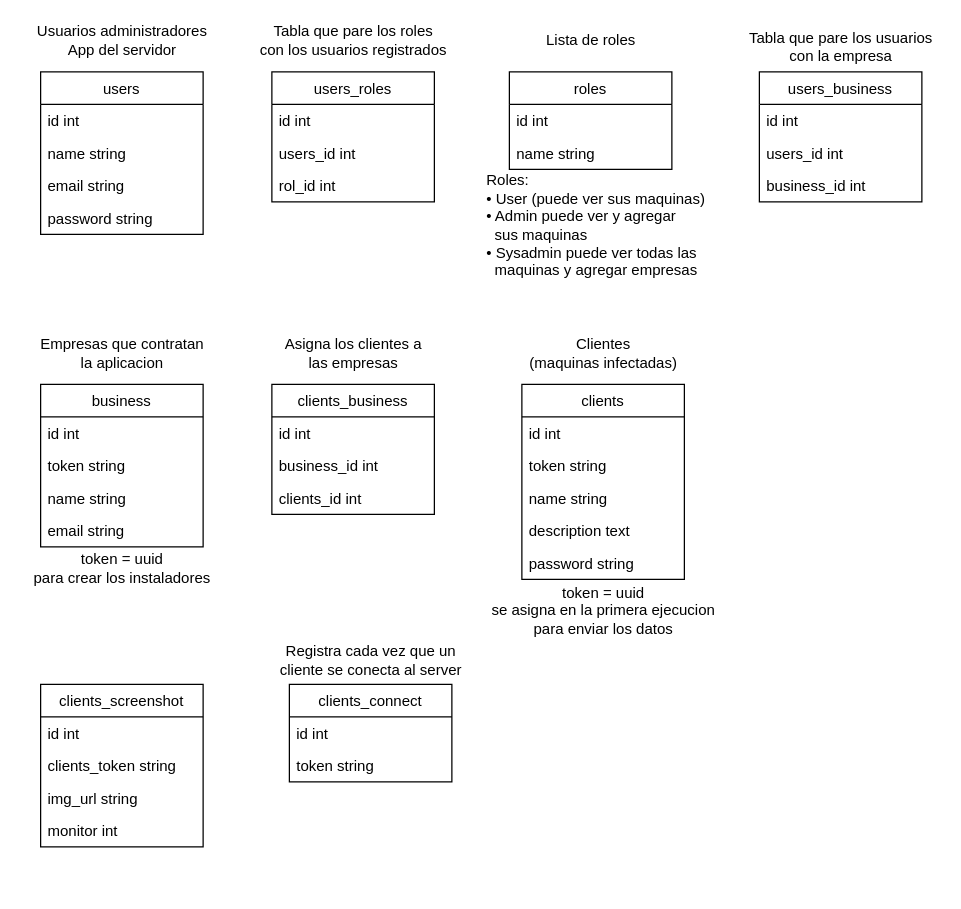
Before: control app DB driagram.drawio in TaielMartinez/Control_App-v2, a draw.io diagram. Source tidied: cells renumbered, new cells numbered last; positions are measured from the earlier drawing's top-left corner, leaving out a move shared by most shapes. Both pictures are drawn from the tidied source at 125%, with x=0, y=0 at pixel (21, 21).
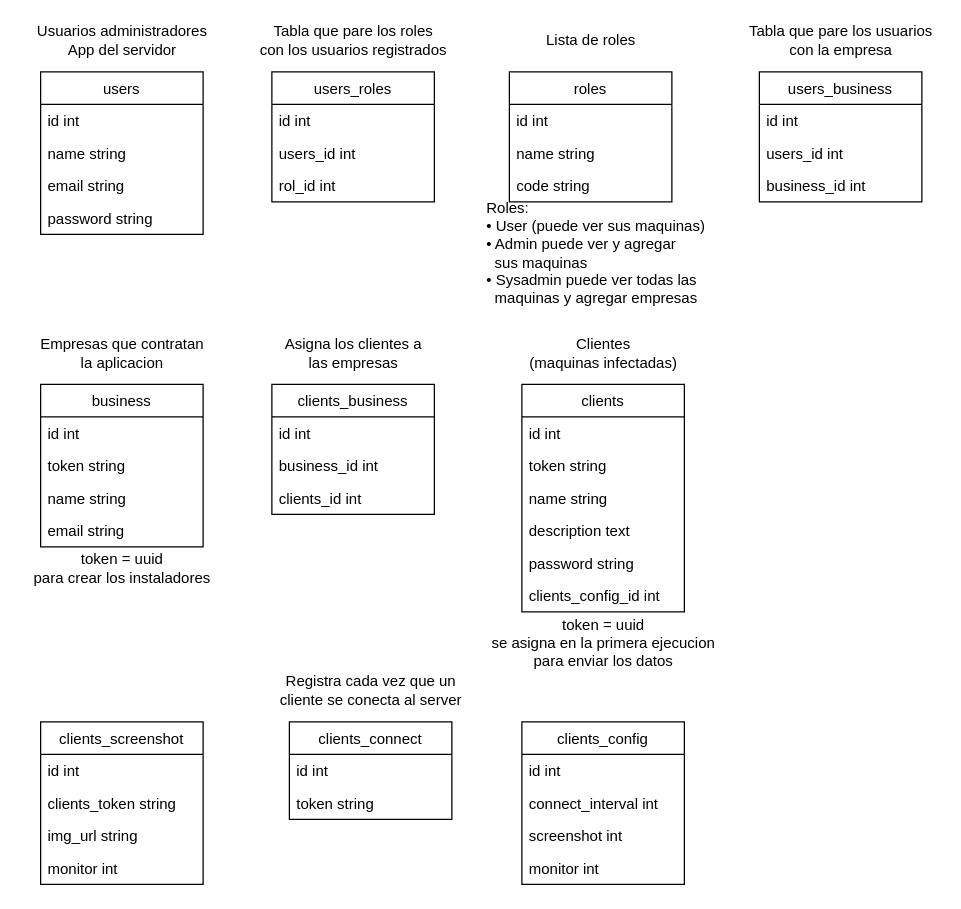
The same page after the edit.

Change to the diagram source:
```diff
@@
     <mxCell id="12" value="roles" style="swimlane;fontStyle=0;horizontal=1;startSize=26;fillColor=none;" parent="1" vertex="1">
-      <mxGeometry x="390" y="40" width="130" height="78" as="geometry" />
+      <mxGeometry x="390" y="40" width="130" height="104" as="geometry" />
     </mxCell>
@@
+    <mxCell id="52" value="code string" style="text;strokeColor=none;fillColor=none;align=left;verticalAlign=top;spacingLeft=4;spacingRight=4;overflow=hidden;" parent="12" vertex="1">
+      <mxGeometry y="78" width="130" height="26" as="geometry" />
+    </mxCell>
@@
     <mxCell id="17" value="Roles:&lt;br&gt;• User (puede ver sus maquinas)&lt;br&gt;• Admin puede ver y agregar&lt;br&gt;&amp;nbsp; sus maquinas&lt;br&gt;• Sysadmin puede ver todas las&lt;br&gt;&amp;nbsp; maquinas y agregar empresas" style="text;html=1;align=left;verticalAlign=middle;" parent="1" vertex="1">
-      <mxGeometry x="370" y="118" width="190" height="90" as="geometry" />
+      <mxGeometry x="370" y="140" width="190" height="90" as="geometry" />
     </mxCell>
@@
     <mxCell id="27" value="clients" style="swimlane;fontStyle=0;horizontal=1;startSize=26;fillColor=none;" parent="1" vertex="1">
-      <mxGeometry x="400" y="290" width="130" height="156" as="geometry" />
+      <mxGeometry x="400" y="290" width="130" height="182" as="geometry" />
     </mxCell>
@@
+    <mxCell id="53" value="clients_config_id int" style="text;strokeColor=none;fillColor=none;align=left;verticalAlign=top;spacingLeft=4;spacingRight=4;overflow=hidden;" parent="27" vertex="1">
+      <mxGeometry y="156" width="130" height="26" as="geometry" />
+    </mxCell>
@@
     <mxCell id="37" value="clients_screenshot" style="swimlane;fontStyle=0;horizontal=1;startSize=26;fillColor=none;" parent="1" vertex="1">
-      <mxGeometry x="15" y="530" width="130" height="130" as="geometry" />
+      <mxGeometry x="15" y="560" width="130" height="130" as="geometry" />
     </mxCell>
@@
     <mxCell id="42" value="token = uuid&lt;br&gt;se asigna en la primera ejecucion&lt;br&gt;para enviar los datos" style="text;html=1;align=center;verticalAlign=middle;" parent="1" vertex="1">
-      <mxGeometry x="370" y="446" width="190" height="50" as="geometry" />
+      <mxGeometry x="370" y="472" width="190" height="50" as="geometry" />
     </mxCell>
@@
     <mxCell id="47" value="Tabla que pare los usuarios&lt;br&gt;con la empresa" style="text;html=1;align=center;verticalAlign=middle;" parent="1" vertex="1">
-      <mxGeometry x="575" y="5" width="160" height="30" as="geometry" />
+      <mxGeometry x="575" width="160" height="30" as="geometry" />
     </mxCell>
     <mxCell id="48" value="clients_connect" style="swimlane;fontStyle=0;horizontal=1;startSize=26;fillColor=none;" parent="1" vertex="1">
-      <mxGeometry x="214" y="530" width="130" height="78" as="geometry" />
+      <mxGeometry x="214" y="560" width="130" height="78" as="geometry" />
     </mxCell>
@@
     <mxCell id="51" value="Registra cada vez que un&lt;br&gt;cliente se conecta al server" style="text;html=1;align=center;verticalAlign=middle;" parent="1" vertex="1">
-      <mxGeometry x="199" y="496" width="160" height="30" as="geometry" />
+      <mxGeometry x="199" y="520" width="160" height="30" as="geometry" />
     </mxCell>
+    <mxCell id="54" value="clients_config" style="swimlane;fontStyle=0;horizontal=1;startSize=26;fillColor=none;" parent="1" vertex="1">
+      <mxGeometry x="400" y="560" width="130" height="130" as="geometry" />
+    </mxCell>
+    <mxCell id="55" value="id int" style="text;strokeColor=none;fillColor=none;align=left;verticalAlign=top;spacingLeft=4;spacingRight=4;overflow=hidden;" parent="54" vertex="1">
+      <mxGeometry y="26" width="130" height="26" as="geometry" />
+    </mxCell>
+    <mxCell id="56" value="connect_interval int" style="text;strokeColor=none;fillColor=none;align=left;verticalAlign=top;spacingLeft=4;spacingRight=4;overflow=hidden;" parent="54" vertex="1">
+      <mxGeometry y="52" width="130" height="26" as="geometry" />
+    </mxCell>
+    <mxCell id="57" value="screenshot int" style="text;strokeColor=none;fillColor=none;align=left;verticalAlign=top;spacingLeft=4;spacingRight=4;overflow=hidden;" parent="54" vertex="1">
+      <mxGeometry y="78" width="130" height="26" as="geometry" />
+    </mxCell>
+    <mxCell id="58" value="monitor int" style="text;strokeColor=none;fillColor=none;align=left;verticalAlign=top;spacingLeft=4;spacingRight=4;overflow=hidden;" parent="54" vertex="1">
+      <mxGeometry y="104" width="130" height="26" as="geometry" />
+    </mxCell>
```
